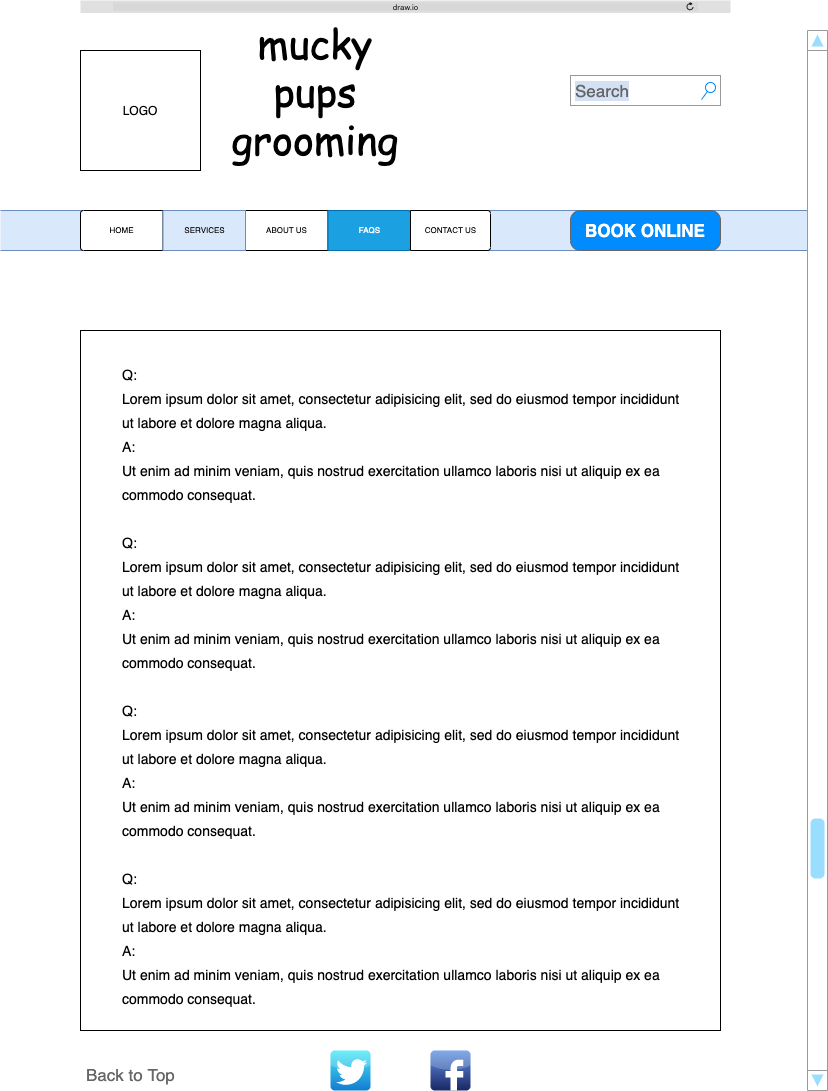
The draw.io diagram WireFrames/FAQs.png in scottietex/scottietex.github.io, before a commit. Source tidied: cells renumbered, new cells last; positions are measured from the earlier drawing's top-left corner, leaving out a move shared by most shapes.
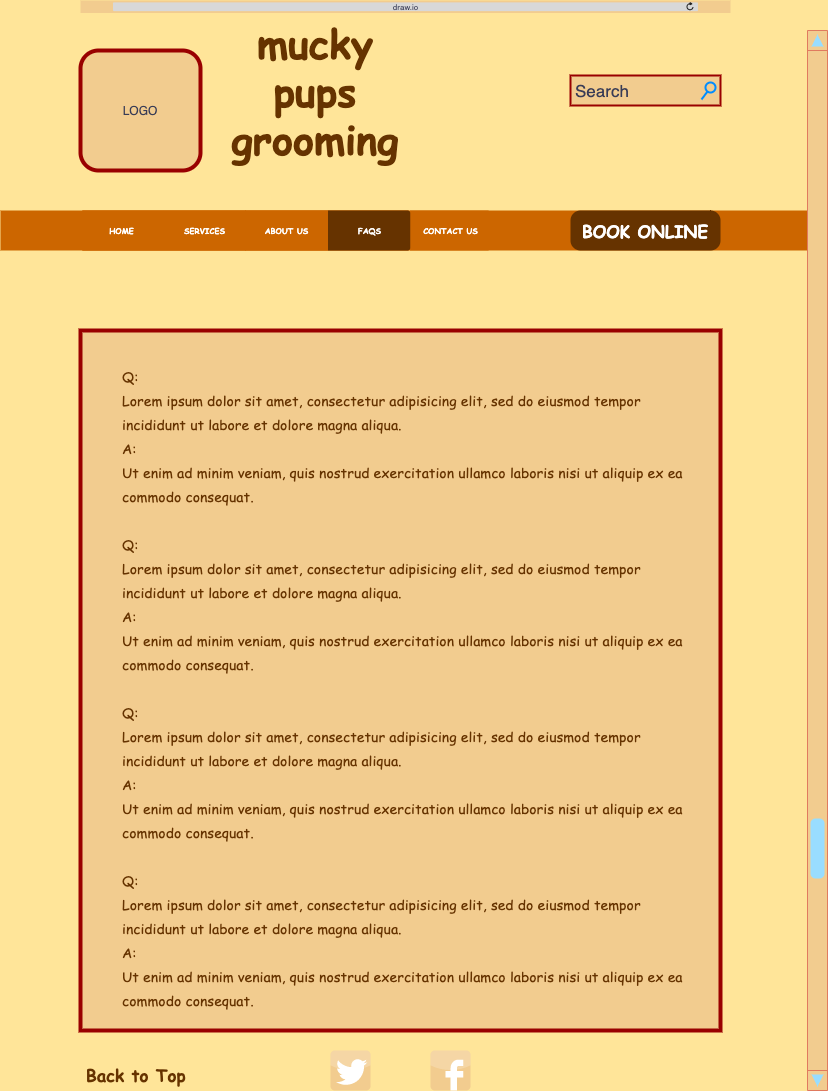
After the commit.

The edit, as a diff of the source:
```diff
@@ -1,59 +1,59 @@
-<mxGraphModel background="#FFFFFF">
+<mxGraphModel background="#FFE599">
   <root>
     <mxCell id="0" />
     <mxCell id="1" parent="0" />
-    <mxCell id="2" style="verticalLabelPosition=bottom;verticalAlign=top;html=1;shape=mxgraph.basic.rect;fillColor2=none;strokeWidth=1;size=20;indent=5;labelBackgroundColor=none;fillColor=#ffffff;fontFamily=Comic Sans MS;fontSize=20;fontColor=#000000;align=center;" parent="1" vertex="1">
+    <mxCell id="2" style="verticalLabelPosition=bottom;verticalAlign=top;html=1;shape=mxgraph.basic.rect;fillColor2=none;strokeWidth=4;size=20;indent=5;labelBackgroundColor=none;fillColor=#F2CC8F;fontFamily=Comic Sans MS;fontSize=20;fontColor=#393C56;align=center;strokeColor=#990000;" parent="1" vertex="1">
       <mxGeometry x="80" y="330" width="640" height="700" as="geometry" />
     </mxCell>
-    <mxCell id="3" style="shape=partialRectangle;whiteSpace=wrap;html=1;left=0;right=0;fillColor=#dae8fc;labelBackgroundColor=#D4E1F5;fontFamily=Comic Sans MS;fontSize=26;strokeColor=#6c8ebf;" parent="1" vertex="1">
+    <mxCell id="3" style="shape=partialRectangle;whiteSpace=wrap;html=1;left=0;right=0;fontFamily=Comic Sans MS;fontSize=26;labelBackgroundColor=#F4F1DE;fontColor=#393C56;fillColor=#CC6600;strokeColor=none;" parent="1" vertex="1">
       <mxGeometry y="210" width="810" height="40" as="geometry" />
     </mxCell>
-    <mxCell id="4" value="mucky&lt;br style=&quot;font-size: 40px;&quot;&gt;pups&lt;br style=&quot;font-size: 40px;&quot;&gt;grooming" style="text;html=1;strokeColor=none;fillColor=none;align=center;verticalAlign=middle;whiteSpace=wrap;rounded=0;fontFamily=Comic Sans MS;fontSize=40;" parent="1" vertex="1">
+    <mxCell id="4" value="mucky&lt;br style=&quot;font-size: 40px;&quot;&gt;pups&lt;br style=&quot;font-size: 40px;&quot;&gt;grooming" style="text;html=1;strokeColor=none;fillColor=none;align=center;verticalAlign=middle;whiteSpace=wrap;rounded=0;fontFamily=Comic Sans MS;fontSize=40;fontStyle=1;fontColor=#663300;" parent="1" vertex="1">
       <mxGeometry x="140" y="25" width="350" height="130" as="geometry" />
     </mxCell>
-    <mxCell id="5" value="LOGO" style="whiteSpace=wrap;html=1;" parent="1" vertex="1">
+    <mxCell id="5" value="LOGO" style="whiteSpace=wrap;html=1;fillColor=#F2CC8F;fontColor=#393C56;strokeColor=#990000;strokeWidth=4;rounded=1;" parent="1" vertex="1">
       <mxGeometry x="80" y="50" width="120" height="120" as="geometry" />
     </mxCell>
-    <mxCell id="6" style="html=1;strokeWidth=1;shadow=0;dashed=0;shape=mxgraph.ios7ui.rrect;rSize=3;fontFamily=Comic Sans MS;fontSize=35;labelBorderColor=#000000;fillColor=#dae8fc;strokeColor=#6c8ebf;" parent="1" vertex="1">
+    <mxCell id="6" style="html=1;strokeWidth=1;shadow=0;dashed=0;shape=mxgraph.ios7ui.rrect;rSize=3;fontFamily=Comic Sans MS;fontSize=35;labelBorderColor=#000000;fontColor=#393C56;fillColor=#CC6600;strokeColor=none;" parent="1" vertex="1">
       <mxGeometry x="80" y="210" width="330" height="40" as="geometry" />
     </mxCell>
-    <mxCell id="7" value="HOME" style="html=1;strokeWidth=1;shadow=0;dashed=0;shape=mxgraph.ios7ui.leftButton;rSize=3;fontSize=8;labelBackgroundColor=none;" parent="6" vertex="1">
+    <mxCell id="7" value="HOME" style="html=1;strokeWidth=1;shadow=0;dashed=0;shape=mxgraph.ios7ui.leftButton;rSize=3;fontSize=8;labelBackgroundColor=none;fillColor=#CC6600;fontColor=#FFFFFF;fontStyle=1;fontFamily=Comic Sans MS;strokeColor=none;" parent="6" vertex="1">
       <mxGeometry width="82.5" height="40" as="geometry" />
     </mxCell>
-    <mxCell id="8" value="ABOUT US" style="html=1;strokeWidth=1;shadow=0;dashed=0;shape=mxgraph.ios7ui.rrect;rSize=0;fontSize=8;" parent="6" vertex="1">
+    <mxCell id="8" value="ABOUT US" style="html=1;strokeWidth=1;shadow=0;dashed=0;shape=mxgraph.ios7ui.rrect;rSize=0;fontSize=8;fillColor=#CC6600;fontFamily=Comic Sans MS;fontStyle=1;fontColor=#FFFFFF;strokeColor=none;" parent="6" vertex="1">
       <mxGeometry x="165" width="82.5" height="40" as="geometry" />
     </mxCell>
-    <mxCell id="9" value="FAQS" style="strokeColor=#006EAF;fillColor=#1ba1e2;html=1;strokeWidth=1;shadow=0;dashed=0;shape=mxgraph.ios7ui.rightButton;rSize=3;fontSize=8;labelBorderColor=none;fontColor=#ffffff;" parent="6" vertex="1">
+    <mxCell id="9" value="FAQS" style="html=1;strokeWidth=1;shadow=0;dashed=0;shape=mxgraph.ios7ui.rightButton;rSize=3;fontSize=8;labelBorderColor=none;fontFamily=Comic Sans MS;fontStyle=1;fontColor=#FFFFFF;fillColor=#663300;strokeColor=none;" parent="6" vertex="1">
       <mxGeometry x="247.5" width="82.5" height="40" as="geometry" />
     </mxCell>
-    <mxCell id="10" value="SERVICES" style="html=1;strokeWidth=1;shadow=0;dashed=0;shape=mxgraph.ios7ui.rrect;rSize=0;strokeColor=#6c8ebf;fontSize=8;labelBackgroundColor=none;fillColor=#dae8fc;" parent="6" vertex="1">
+    <mxCell id="10" value="SERVICES" style="html=1;strokeWidth=1;shadow=0;dashed=0;shape=mxgraph.ios7ui.rrect;rSize=0;fontSize=8;labelBackgroundColor=none;fillColor=#CC6600;fontColor=#FFFFFF;fontStyle=1;fontFamily=Comic Sans MS;strokeColor=none;" parent="6" vertex="1">
       <mxGeometry x="82.5" width="82.5" height="40" as="geometry" />
     </mxCell>
-    <mxCell id="11" value="draw.io" style="html=1;strokeWidth=1;shadow=0;dashed=0;shape=mxgraph.ios7ui.url;fillColor=#e0e0e0;strokeColor=#c0c0c0;buttonText=;strokeColor2=#222222;fontColor=#222222;fontSize=8;spacingTop=2;align=center;" parent="1" vertex="1">
+    <mxCell id="11" value="draw.io" style="html=1;strokeWidth=1;shadow=0;dashed=0;shape=mxgraph.ios7ui.url;fillColor=#F2CC8F;strokeColor=#E07A5F;buttonText=;strokeColor2=#222222;fontColor=#393C56;fontSize=8;spacingTop=2;align=center;" parent="1" vertex="1">
       <mxGeometry x="80" width="650" height="12.5" as="geometry" />
     </mxCell>
-    <mxCell id="12" value="CONTACT US" style="strokeColor=inherit;fillColor=inherit;gradientColor=inherit;html=1;strokeWidth=1;shadow=0;dashed=0;shape=mxgraph.ios7ui.rightButton;rSize=3;fontSize=8;" parent="1" vertex="1">
+    <mxCell id="12" value="CONTACT US" style="html=1;strokeWidth=1;shadow=0;dashed=0;shape=mxgraph.ios7ui.rightButton;rSize=3;fontSize=8;fillColor=#CC6600;fontFamily=Comic Sans MS;fontColor=#FFFFFF;fontStyle=1;strokeColor=none;" parent="1" vertex="1">
       <mxGeometry x="410" y="210" width="80" height="40" as="geometry" />
     </mxCell>
-    <mxCell id="13" value="Search" style="strokeWidth=1;shadow=0;dashed=0;align=center;html=1;shape=mxgraph.mockup.forms.searchBox;strokeColor=#999999;mainText=;strokeColor2=#008cff;fontColor=#666666;fontSize=17;align=left;spacingLeft=3;labelBackgroundColor=#D4E1F5;fillColor=#ffffff;" parent="1" vertex="1">
+    <mxCell id="13" value="Search" style="strokeWidth=2;shadow=0;dashed=0;align=center;html=1;shape=mxgraph.mockup.forms.searchBox;mainText=;strokeColor2=#008cff;fontColor=#393C56;fontSize=17;align=left;spacingLeft=3;fillColor=#F2CC8F;labelBackgroundColor=none;strokeColor=#990000;" parent="1" vertex="1">
       <mxGeometry x="570" y="75" width="150" height="30" as="geometry" />
     </mxCell>
-    <mxCell id="14" style="verticalLabelPosition=bottom;shadow=0;dashed=0;align=center;html=1;verticalAlign=top;strokeWidth=1;shape=mxgraph.mockup.navigation.scrollBar;strokeColor=#999999;barPos=20;fillColor2=#99ddff;strokeColor2=none;direction=north;labelBackgroundColor=#D4E1F5;fillColor=#ffffff;fontFamily=Comic Sans MS;fontSize=26;fontColor=#000000;" parent="1" vertex="1">
+    <mxCell id="14" style="verticalLabelPosition=bottom;shadow=0;dashed=0;align=center;html=1;verticalAlign=top;strokeWidth=1;shape=mxgraph.mockup.navigation.scrollBar;strokeColor=#E07A5F;barPos=20;fillColor2=#99ddff;strokeColor2=none;direction=north;fillColor=#F2CC8F;fontFamily=Comic Sans MS;fontSize=26;fontColor=#393C56;labelBackgroundColor=#F4F1DE;" parent="1" vertex="1">
       <mxGeometry x="807" y="30" width="20" height="1060" as="geometry" />
     </mxCell>
-    <mxCell id="15" value="BOOK ONLINE" style="strokeWidth=1;shadow=0;dashed=0;align=center;html=1;shape=mxgraph.mockup.buttons.button;strokeColor=#666666;fontColor=#ffffff;mainText=;buttonStyle=round;fontSize=17;fontStyle=1;fillColor=#008cff;whiteSpace=wrap;labelBackgroundColor=none;" parent="1" vertex="1">
+    <mxCell id="15" value="BOOK ONLINE" style="strokeWidth=1;shadow=0;dashed=0;align=center;html=1;shape=mxgraph.mockup.buttons.button;mainText=;buttonStyle=round;fontSize=17;fontStyle=1;whiteSpace=wrap;labelBackgroundColor=none;fillColor=#663300;fontColor=#FFFFFF;fontFamily=Comic Sans MS;strokeColor=none;" parent="1" vertex="1">
       <mxGeometry x="570" y="210" width="150" height="40" as="geometry" />
     </mxCell>
-    <mxCell id="16" style="dashed=0;html=1;align=center;labelPosition=center;verticalLabelPosition=bottom;verticalAlign=top;shape=mxgraph.webicons.facebook;fillColor=#6294E4;gradientColor=#1A2665;labelBackgroundColor=none;fontFamily=Comic Sans MS;fontSize=26;fontColor=#000000;" parent="1" vertex="1">
+    <mxCell id="16" style="dashed=0;html=1;align=center;labelPosition=center;verticalLabelPosition=bottom;verticalAlign=top;shape=mxgraph.webicons.facebook;fillColor=#F2CC8F;labelBackgroundColor=none;fontFamily=Comic Sans MS;fontSize=26;fontColor=#393C56;strokeColor=#E07A5F;" parent="1" vertex="1">
       <mxGeometry x="430" y="1050" width="40" height="40" as="geometry" />
     </mxCell>
-    <mxCell id="17" style="dashed=0;html=1;align=center;labelPosition=center;verticalLabelPosition=bottom;verticalAlign=top;shape=mxgraph.webicons.twitter;fillColor=#49EAF7;gradientColor=#137BD0;labelBackgroundColor=none;fontFamily=Comic Sans MS;fontSize=26;fontColor=#000000;" parent="1" vertex="1">
+    <mxCell id="17" style="dashed=0;html=1;align=center;labelPosition=center;verticalLabelPosition=bottom;verticalAlign=top;shape=mxgraph.webicons.twitter;fillColor=#F2CC8F;labelBackgroundColor=none;fontFamily=Comic Sans MS;fontSize=26;fontColor=#393C56;strokeColor=#E07A5F;" parent="1" vertex="1">
       <mxGeometry x="330" y="1050" width="40" height="40" as="geometry" />
     </mxCell>
-    <mxCell id="18" value="Back to Top" style="strokeWidth=1;shadow=0;dashed=0;align=center;html=1;shape=mxgraph.mockup.text.textBox;fontColor=#666666;align=left;fontSize=17;spacingLeft=4;spacingTop=-3;mainText=;labelBackgroundColor=none;fillColor=#ffffff;strokeColor=none;" parent="1" vertex="1">
+    <mxCell id="18" value="Back to Top" style="strokeWidth=1;shadow=0;dashed=0;align=center;html=1;shape=mxgraph.mockup.text.textBox;align=left;fontSize=17;spacingLeft=4;spacingTop=-3;mainText=;labelBackgroundColor=none;strokeColor=none;fillColor=none;fontFamily=Comic Sans MS;fontStyle=1;fontColor=#663300;" parent="1" vertex="1">
       <mxGeometry x="80" y="1060" width="150" height="30" as="geometry" />
     </mxCell>
-    <mxCell id="19" value="&lt;font style=&quot;font-size: 14px&quot;&gt;Q: &lt;br&gt;Lorem ipsum dolor sit amet, consectetur adipisicing elit, sed do eiusmod tempor incididunt ut labore et dolore magna aliqua. &lt;br&gt;A:&lt;br&gt;Ut enim ad minim veniam, quis nostrud exercitation ullamco laboris nisi ut aliquip ex ea commodo consequat.&lt;br&gt;&lt;br&gt;Q:&amp;nbsp;&lt;br&gt;Lorem ipsum dolor sit amet, consectetur adipisicing elit, sed do eiusmod tempor incididunt ut labore et dolore magna aliqua.&amp;nbsp;&lt;br&gt;A:&lt;br&gt;Ut enim ad minim veniam, quis nostrud exercitation ullamco laboris nisi ut aliquip ex ea commodo consequat.&lt;br&gt;&lt;br&gt;Q:&amp;nbsp;&lt;br&gt;Lorem ipsum dolor sit amet, consectetur adipisicing elit, sed do eiusmod tempor incididunt ut labore et dolore magna aliqua.&amp;nbsp;&lt;br&gt;A:&lt;br&gt;Ut enim ad minim veniam, quis nostrud exercitation ullamco laboris nisi ut aliquip ex ea commodo consequat.&lt;br&gt;&lt;br&gt;Q:&amp;nbsp;&lt;br&gt;Lorem ipsum dolor sit amet, consectetur adipisicing elit, sed do eiusmod tempor incididunt ut labore et dolore magna aliqua.&amp;nbsp;&lt;br&gt;A:&lt;br&gt;Ut enim ad minim veniam, quis nostrud exercitation ullamco laboris nisi ut aliquip ex ea commodo consequat.&lt;br&gt;&lt;/font&gt;" style="text;spacingTop=-5;whiteSpace=wrap;html=1;align=left;fontSize=20;fontFamily=Helvetica;fillColor=none;strokeColor=none;labelBackgroundColor=none;" parent="1" vertex="1">
+    <mxCell id="19" value="&lt;font style=&quot;font-size: 14px&quot;&gt;Q: &lt;br&gt;Lorem ipsum dolor sit amet, consectetur adipisicing elit, sed do eiusmod tempor incididunt ut labore et dolore magna aliqua. &lt;br&gt;A:&lt;br&gt;Ut enim ad minim veniam, quis nostrud exercitation ullamco laboris nisi ut aliquip ex ea commodo consequat.&lt;br&gt;&lt;br&gt;Q:&amp;nbsp;&lt;br&gt;Lorem ipsum dolor sit amet, consectetur adipisicing elit, sed do eiusmod tempor incididunt ut labore et dolore magna aliqua.&amp;nbsp;&lt;br&gt;A:&lt;br&gt;Ut enim ad minim veniam, quis nostrud exercitation ullamco laboris nisi ut aliquip ex ea commodo consequat.&lt;br&gt;&lt;br&gt;Q:&amp;nbsp;&lt;br&gt;Lorem ipsum dolor sit amet, consectetur adipisicing elit, sed do eiusmod tempor incididunt ut labore et dolore magna aliqua.&amp;nbsp;&lt;br&gt;A:&lt;br&gt;Ut enim ad minim veniam, quis nostrud exercitation ullamco laboris nisi ut aliquip ex ea commodo consequat.&lt;br&gt;&lt;br&gt;Q:&amp;nbsp;&lt;br&gt;Lorem ipsum dolor sit amet, consectetur adipisicing elit, sed do eiusmod tempor incididunt ut labore et dolore magna aliqua.&amp;nbsp;&lt;br&gt;A:&lt;br&gt;Ut enim ad minim veniam, quis nostrud exercitation ullamco laboris nisi ut aliquip ex ea commodo consequat.&lt;br&gt;&lt;/font&gt;" style="text;spacingTop=-5;whiteSpace=wrap;html=1;align=left;fontSize=20;fontFamily=Comic Sans MS;fillColor=none;strokeColor=none;labelBackgroundColor=none;fontColor=#663300;" parent="1" vertex="1">
       <mxGeometry x="120" y="360" width="570" height="470" as="geometry" />
     </mxCell>
   </root>
```
